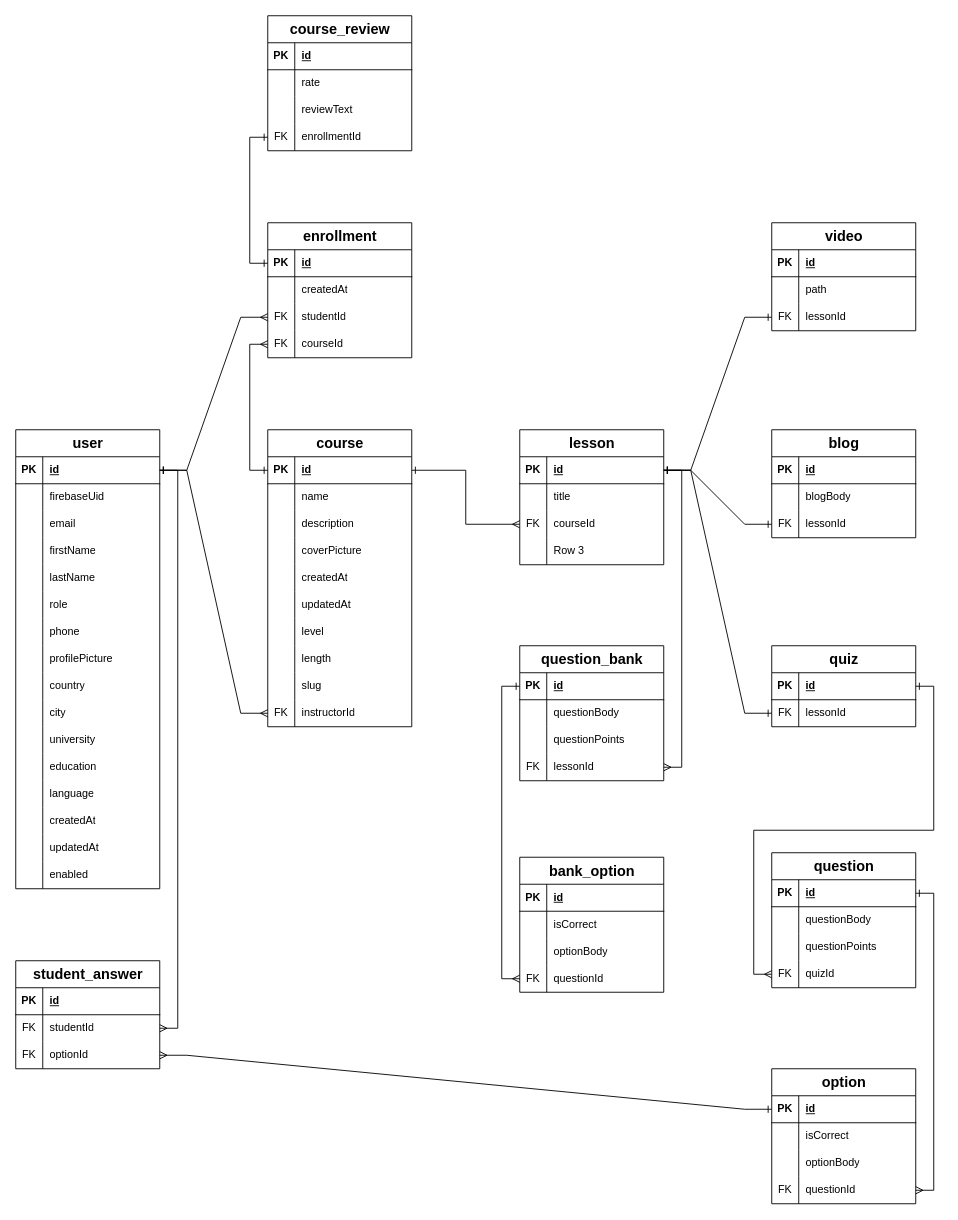
Before: Dorraq.drawio in YAMANX8/UML, a draw.io diagram. Source tidied: cells renumbered, new cells numbered last; positions are measured from the earlier drawing's top-left corner, leaving out a move shared by most shapes. Both pictures are drawn from the tidied source at 90%, with x=0, y=0 at pixel (15, 15).
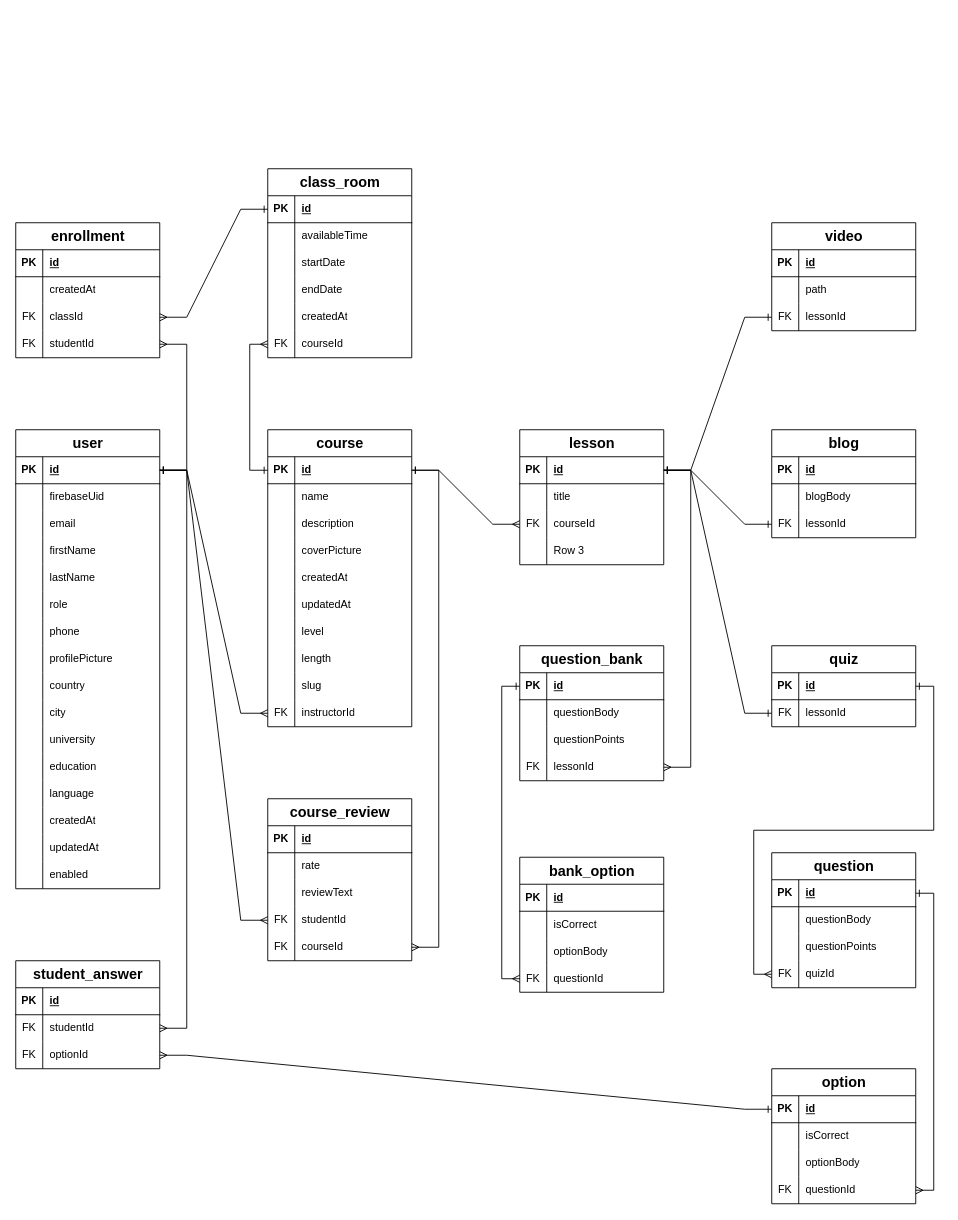
The same diagram, later.

Unchanged cells that the change refers to:
```xml
<mxCell id="3" style="shape=tableRow;horizontal=0;startSize=0;swimlaneHead=0;swimlaneBody=0;fillColor=none;points=[[0,0.5],[1,0.5]];portConstraint=eastwest;top=0;left=0;right=0;bottom=1;" parent="2" vertex="1">
  <mxGeometry y="30" width="160" height="30" as="geometry" />
</mxCell>
<mxCell id="52" style="shape=tableRow;horizontal=0;startSize=0;swimlaneHead=0;swimlaneBody=0;fillColor=none;points=[[0,0.5],[1,0.5]];portConstraint=eastwest;top=0;left=0;right=0;bottom=1;" parent="51" vertex="1">
  <mxGeometry y="30" width="160" height="30" as="geometry" />
</mxCell>
<mxCell id="65" style="shape=tableRow;horizontal=0;startSize=0;swimlaneHead=0;swimlaneBody=0;fillColor=none;points=[[0,0.5],[1,0.5]];portConstraint=eastwest;top=0;left=0;right=0;bottom=1;" parent="64" vertex="1">
  <mxGeometry y="30" width="160" height="30" as="geometry" />
</mxCell>
<mxCell id="96" style="shape=tableRow;horizontal=0;startSize=0;swimlaneHead=0;swimlaneBody=0;fillColor=none;points=[[0,0.5],[1,0.5]];portConstraint=eastwest;top=0;left=0;right=0;bottom=1;" parent="95" vertex="1">
  <mxGeometry y="30" width="160" height="30" as="geometry" />
</mxCell>
<mxCell id="102" style="shape=tableRow;horizontal=0;startSize=0;swimlaneHead=0;swimlaneBody=0;fillColor=none;points=[[0,0.5],[1,0.5]];portConstraint=eastwest;top=0;left=0;right=0;bottom=0;" parent="95" vertex="1">
  <mxGeometry y="90" width="160" height="30" as="geometry" />
</mxCell>
<mxCell id="171" style="shape=tableRow;horizontal=0;startSize=0;swimlaneHead=0;swimlaneBody=0;fillColor=none;points=[[0,0.5],[1,0.5]];portConstraint=eastwest;top=0;left=0;right=0;bottom=0;" parent="161" vertex="1">
  <mxGeometry y="120" width="160" height="30" as="geometry" />
</mxCell>
<mxCell id="178" style="shape=tableRow;horizontal=0;startSize=0;swimlaneHead=0;swimlaneBody=0;fillColor=none;points=[[0,0.5],[1,0.5]];portConstraint=eastwest;top=0;left=0;right=0;bottom=0;" parent="174" vertex="1">
  <mxGeometry y="60" width="160" height="30" as="geometry" />
</mxCell>
<mxCell id="194" style="shape=tableRow;horizontal=0;startSize=0;swimlaneHead=0;swimlaneBody=0;fillColor=none;points=[[0,0.5],[1,0.5]];portConstraint=eastwest;top=0;left=0;right=0;bottom=0;" parent="184" vertex="1">
  <mxGeometry y="120" width="160" height="30" as="geometry" />
</mxCell>
```

Diff of the diagram source:
```diff
@@
     <mxCell id="51" value="&lt;font style=&quot;font-size: 16px;&quot;&gt;enrollment&lt;/font&gt;" style="shape=table;startSize=30;childLayout=tableLayout;rowLines=0;fontStyle=1;align=center;html=1;strokeWidth=1;" parent="1" vertex="1">
-      <mxGeometry x="280" y="230" width="160" height="150" as="geometry" />
+      <mxGeometry y="230" width="160" height="150" as="geometry" />
     </mxCell>
@@
+    <mxCell id="61" style="shape=tableRow;horizontal=0;startSize=0;swimlaneHead=0;swimlaneBody=0;fillColor=none;points=[[0,0.5],[1,0.5]];portConstraint=eastwest;top=0;left=0;right=0;bottom=0;" parent="51" vertex="1">
+      <mxGeometry y="90" width="160" height="30" as="geometry" />
+    </mxCell>
+    <mxCell id="62" value="FK" style="shape=partialRectangle;fillColor=none;top=0;left=0;bottom=0;right=0;overflow=hidden;whiteSpace=wrap;html=1;" parent="61" vertex="1">
+      <mxGeometry width="30" height="30" as="geometry" />
+    </mxCell>
+    <mxCell id="63" value="classId" style="shape=partialRectangle;fillColor=none;top=0;left=0;bottom=0;right=0;align=left;spacingLeft=6;overflow=hidden;whiteSpace=wrap;html=1;" parent="61" vertex="1">
+      <mxGeometry x="30" width="130" height="30" as="geometry" />
+    </mxCell>
     <mxCell id="58" style="shape=tableRow;horizontal=0;startSize=0;swimlaneHead=0;swimlaneBody=0;fillColor=none;points=[[0,0.5],[1,0.5]];portConstraint=eastwest;top=0;left=0;right=0;bottom=0;" parent="51" vertex="1">
-      <mxGeometry y="90" width="160" height="30" as="geometry" />
+      <mxGeometry y="120" width="160" height="30" as="geometry" />
     </mxCell>
@@
-    <mxCell id="61" style="shape=tableRow;horizontal=0;startSize=0;swimlaneHead=0;swimlaneBody=0;fillColor=none;points=[[0,0.5],[1,0.5]];portConstraint=eastwest;top=0;left=0;right=0;bottom=0;" parent="51" vertex="1">
-      <mxGeometry y="120" width="160" height="30" as="geometry" />
-    </mxCell>
-    <mxCell id="62" value="FK" style="shape=partialRectangle;fillColor=none;top=0;left=0;bottom=0;right=0;overflow=hidden;whiteSpace=wrap;html=1;" parent="61" vertex="1">
-      <mxGeometry width="30" height="30" as="geometry" />
-    </mxCell>
-    <mxCell id="63" value="courseId" style="shape=partialRectangle;fillColor=none;top=0;left=0;bottom=0;right=0;align=left;spacingLeft=6;overflow=hidden;whiteSpace=wrap;html=1;" parent="61" vertex="1">
-      <mxGeometry x="30" width="130" height="30" as="geometry" />
-    </mxCell>
@@
     <mxCell id="184" value="&lt;font style=&quot;font-size: 16px;&quot;&gt;course_review&lt;/font&gt;" style="shape=table;startSize=30;childLayout=tableLayout;rowLines=0;fontStyle=1;align=center;html=1;strokeWidth=1;" parent="1" vertex="1">
-      <mxGeometry x="280" width="160" height="150" as="geometry" />
+      <mxGeometry x="280" y="870" width="160" height="180" as="geometry" />
     </mxCell>
@@
-    <mxCell id="196" value="enrollmentId" style="shape=partialRectangle;fillColor=none;top=0;left=0;bottom=0;right=0;align=left;spacingLeft=6;overflow=hidden;whiteSpace=wrap;html=1;" parent="194" vertex="1">
+    <mxCell id="196" value="studentId" style="shape=partialRectangle;fillColor=none;top=0;left=0;bottom=0;right=0;align=left;spacingLeft=6;overflow=hidden;whiteSpace=wrap;html=1;" parent="194" vertex="1">
       <mxGeometry x="30" width="130" height="30" as="geometry" />
     </mxCell>
+    <mxCell id="224" style="shape=tableRow;horizontal=0;startSize=0;swimlaneHead=0;swimlaneBody=0;fillColor=none;points=[[0,0.5],[1,0.5]];portConstraint=eastwest;top=0;left=0;right=0;bottom=0;" parent="184" vertex="1">
+      <mxGeometry y="150" width="160" height="30" as="geometry" />
+    </mxCell>
+    <mxCell id="225" value="FK" style="shape=partialRectangle;fillColor=none;top=0;left=0;bottom=0;right=0;overflow=hidden;whiteSpace=wrap;html=1;" parent="224" vertex="1">
+      <mxGeometry width="30" height="30" as="geometry" />
+    </mxCell>
+    <mxCell id="226" value="courseId" style="shape=partialRectangle;fillColor=none;top=0;left=0;bottom=0;right=0;align=left;spacingLeft=6;overflow=hidden;whiteSpace=wrap;html=1;" parent="224" vertex="1">
+      <mxGeometry x="30" width="130" height="30" as="geometry" />
+    </mxCell>
@@
-    <mxCell id="198" style="edgeStyle=orthogonalEdgeStyle;shape=connector;rounded=0;jettySize=auto;html=1;exitX=0;exitY=0.5;exitDx=0;exitDy=0;entryX=0;entryY=0.5;entryDx=0;entryDy=0;labelBackgroundColor=default;strokeColor=default;align=center;verticalAlign=middle;fontFamily=Helvetica;fontSize=11;fontColor=default;startArrow=ERone;startFill=0;endArrow=ERone;endFill=0;" parent="1" edge="1" source="52" target="194">
-      <mxGeometry relative="1" as="geometry" />
-    </mxCell>
-    <mxCell id="199" style="edgeStyle=orthogonalEdgeStyle;shape=connector;rounded=0;jettySize=auto;html=1;exitX=0;exitY=0.5;exitDx=0;exitDy=0;entryX=0;entryY=0.5;entryDx=0;entryDy=0;labelBackgroundColor=default;strokeColor=default;align=center;verticalAlign=middle;fontFamily=Helvetica;fontSize=11;fontColor=default;startArrow=ERone;startFill=0;endArrow=ERmany;endFill=0;" parent="1" edge="1" source="65" target="61">
-      <mxGeometry relative="1" as="geometry" />
-    </mxCell>
-    <mxCell id="200" style="edgeStyle=entityRelationEdgeStyle;shape=connector;rounded=0;jettySize=auto;html=1;exitX=1;exitY=0.5;exitDx=0;exitDy=0;entryX=0;entryY=0.5;entryDx=0;entryDy=0;labelBackgroundColor=default;strokeColor=default;align=center;verticalAlign=middle;fontFamily=Helvetica;fontSize=11;fontColor=default;startArrow=ERone;startFill=0;endArrow=ERmany;endFill=0;" parent="1" edge="1" source="3" target="58">
+    <mxCell id="200" style="edgeStyle=entityRelationEdgeStyle;shape=connector;rounded=0;jettySize=auto;html=1;exitX=1;exitY=0.5;exitDx=0;exitDy=0;entryX=1;entryY=0.5;entryDx=0;entryDy=0;labelBackgroundColor=default;strokeColor=default;align=center;verticalAlign=middle;fontFamily=Helvetica;fontSize=11;fontColor=default;startArrow=ERone;startFill=0;endArrow=ERmany;endFill=0;" parent="1" edge="1" source="3" target="58">
       <mxGeometry relative="1" as="geometry" />
     </mxCell>
-    <mxCell id="201" style="edgeStyle=orthogonalEdgeStyle;shape=connector;rounded=0;jettySize=auto;html=1;exitX=1;exitY=0.5;exitDx=0;exitDy=0;entryX=0;entryY=0.5;entryDx=0;entryDy=0;labelBackgroundColor=default;strokeColor=default;align=center;verticalAlign=middle;fontFamily=Helvetica;fontSize=11;fontColor=default;startArrow=ERone;startFill=0;endArrow=ERmany;endFill=0;" parent="1" edge="1" source="65" target="102">
+    <mxCell id="201" style="edgeStyle=entityRelationEdgeStyle;shape=connector;rounded=0;jettySize=auto;html=1;exitX=1;exitY=0.5;exitDx=0;exitDy=0;entryX=0;entryY=0.5;entryDx=0;entryDy=0;labelBackgroundColor=default;strokeColor=default;align=center;verticalAlign=middle;fontFamily=Helvetica;fontSize=11;fontColor=default;startArrow=ERone;startFill=0;endArrow=ERmany;endFill=0;" parent="1" edge="1" source="65" target="102">
       <mxGeometry relative="1" as="geometry" />
     </mxCell>
@@
-    <mxCell id="206" style="edgeStyle=orthogonalEdgeStyle;shape=connector;rounded=0;jettySize=auto;html=1;exitX=1;exitY=0.5;exitDx=0;exitDy=0;entryX=1;entryY=0.5;entryDx=0;entryDy=0;labelBackgroundColor=default;strokeColor=default;align=center;verticalAlign=middle;fontFamily=Helvetica;fontSize=11;fontColor=default;startArrow=ERone;startFill=0;endArrow=ERmany;endFill=0;" parent="1" edge="1" source="3" target="178">
+    <mxCell id="206" style="edgeStyle=entityRelationEdgeStyle;shape=connector;rounded=0;jettySize=auto;html=1;exitX=1;exitY=0.5;exitDx=0;exitDy=0;entryX=1;entryY=0.5;entryDx=0;entryDy=0;labelBackgroundColor=default;strokeColor=default;align=center;verticalAlign=middle;fontFamily=Helvetica;fontSize=11;fontColor=default;startArrow=ERone;startFill=0;endArrow=ERmany;endFill=0;" parent="1" edge="1" source="3" target="178">
       <mxGeometry relative="1" as="geometry" />
     </mxCell>
-    <mxCell id="207" style="edgeStyle=orthogonalEdgeStyle;shape=connector;rounded=0;jettySize=auto;html=1;exitX=1;exitY=0.5;exitDx=0;exitDy=0;entryX=1;entryY=0.5;entryDx=0;entryDy=0;labelBackgroundColor=default;strokeColor=default;align=center;verticalAlign=middle;fontFamily=Helvetica;fontSize=11;fontColor=default;startArrow=ERone;startFill=0;endArrow=ERmany;endFill=0;" parent="1" edge="1" source="96" target="171">
+    <mxCell id="207" style="edgeStyle=entityRelationEdgeStyle;shape=connector;rounded=0;jettySize=auto;html=1;exitX=1;exitY=0.5;exitDx=0;exitDy=0;entryX=1;entryY=0.5;entryDx=0;entryDy=0;labelBackgroundColor=default;strokeColor=default;align=center;verticalAlign=middle;fontFamily=Helvetica;fontSize=11;fontColor=default;startArrow=ERone;startFill=0;endArrow=ERmany;endFill=0;" parent="1" edge="1" source="96" target="171">
       <mxGeometry relative="1" as="geometry" />
     </mxCell>
@@
+    <mxCell id="227" value="&lt;font style=&quot;font-size: 16px;&quot;&gt;class_room&lt;/font&gt;" style="shape=table;startSize=30;childLayout=tableLayout;rowLines=0;fontStyle=1;align=center;html=1;strokeWidth=1;" parent="1" vertex="1">
+      <mxGeometry x="280" y="170" width="160" height="210" as="geometry" />
+    </mxCell>
+    <mxCell id="228" style="shape=tableRow;horizontal=0;startSize=0;swimlaneHead=0;swimlaneBody=0;fillColor=none;points=[[0,0.5],[1,0.5]];portConstraint=eastwest;top=0;left=0;right=0;bottom=1;" parent="227" vertex="1">
+      <mxGeometry y="30" width="160" height="30" as="geometry" />
+    </mxCell>
+    <mxCell id="229" value="PK" style="shape=partialRectangle;fillColor=none;top=0;left=0;bottom=0;right=0;fontStyle=1;overflow=hidden;whiteSpace=wrap;html=1;" parent="228" vertex="1">
+      <mxGeometry width="30" height="30" as="geometry" />
+    </mxCell>
+    <mxCell id="230" value="id" style="shape=partialRectangle;fillColor=none;top=0;left=0;bottom=0;right=0;align=left;spacingLeft=6;fontStyle=5;overflow=hidden;whiteSpace=wrap;html=1;" parent="228" vertex="1">
+      <mxGeometry x="30" width="130" height="30" as="geometry" />
+    </mxCell>
+    <mxCell id="231" style="shape=tableRow;horizontal=0;startSize=0;swimlaneHead=0;swimlaneBody=0;fillColor=none;top=0;left=0;right=0;bottom=0;" parent="227" vertex="1">
+      <mxGeometry y="60" width="160" height="30" as="geometry" />
+    </mxCell>
+    <mxCell id="232" style="shape=partialRectangle;fillColor=none;top=0;left=0;bottom=0;right=0;overflow=hidden;whiteSpace=wrap;html=1;" parent="231" vertex="1">
+      <mxGeometry width="30" height="30" as="geometry" />
+    </mxCell>
+    <mxCell id="233" value="availableTime" style="shape=partialRectangle;fillColor=none;top=0;left=0;bottom=0;right=0;align=left;spacingLeft=6;overflow=hidden;whiteSpace=wrap;html=1;" parent="231" vertex="1">
+      <mxGeometry x="30" width="130" height="30" as="geometry" />
+    </mxCell>
+    <mxCell id="234" style="shape=tableRow;horizontal=0;startSize=0;swimlaneHead=0;swimlaneBody=0;fillColor=none;top=0;left=0;right=0;bottom=0;" parent="227" vertex="1">
+      <mxGeometry y="90" width="160" height="30" as="geometry" />
+    </mxCell>
+    <mxCell id="235" style="shape=partialRectangle;fillColor=none;top=0;left=0;bottom=0;right=0;overflow=hidden;whiteSpace=wrap;html=1;" parent="234" vertex="1">
+      <mxGeometry width="30" height="30" as="geometry" />
+    </mxCell>
+    <mxCell id="236" value="startDate" style="shape=partialRectangle;fillColor=none;top=0;left=0;bottom=0;right=0;align=left;spacingLeft=6;overflow=hidden;whiteSpace=wrap;html=1;" parent="234" vertex="1">
+      <mxGeometry x="30" width="130" height="30" as="geometry" />
+    </mxCell>
+    <mxCell id="237" style="shape=tableRow;horizontal=0;startSize=0;swimlaneHead=0;swimlaneBody=0;fillColor=none;top=0;left=0;right=0;bottom=0;" parent="227" vertex="1">
+      <mxGeometry y="120" width="160" height="30" as="geometry" />
+    </mxCell>
+    <mxCell id="238" style="shape=partialRectangle;fillColor=none;top=0;left=0;bottom=0;right=0;overflow=hidden;whiteSpace=wrap;html=1;" parent="237" vertex="1">
+      <mxGeometry width="30" height="30" as="geometry" />
+    </mxCell>
+    <mxCell id="239" value="endDate" style="shape=partialRectangle;fillColor=none;top=0;left=0;bottom=0;right=0;align=left;spacingLeft=6;overflow=hidden;whiteSpace=wrap;html=1;" parent="237" vertex="1">
+      <mxGeometry x="30" width="130" height="30" as="geometry" />
+    </mxCell>
+    <mxCell id="240" style="shape=tableRow;horizontal=0;startSize=0;swimlaneHead=0;swimlaneBody=0;fillColor=none;top=0;left=0;right=0;bottom=0;" parent="227" vertex="1">
+      <mxGeometry y="150" width="160" height="30" as="geometry" />
+    </mxCell>
+    <mxCell id="241" style="shape=partialRectangle;fillColor=none;top=0;left=0;bottom=0;right=0;overflow=hidden;whiteSpace=wrap;html=1;" parent="240" vertex="1">
+      <mxGeometry width="30" height="30" as="geometry" />
+    </mxCell>
+    <mxCell id="242" value="createdAt" style="shape=partialRectangle;fillColor=none;top=0;left=0;bottom=0;right=0;align=left;spacingLeft=6;overflow=hidden;whiteSpace=wrap;html=1;" parent="240" vertex="1">
+      <mxGeometry x="30" width="130" height="30" as="geometry" />
+    </mxCell>
+    <mxCell id="243" style="shape=tableRow;horizontal=0;startSize=0;swimlaneHead=0;swimlaneBody=0;fillColor=none;points=[[0,0.5],[1,0.5]];portConstraint=eastwest;top=0;left=0;right=0;bottom=0;" parent="227" vertex="1">
+      <mxGeometry y="180" width="160" height="30" as="geometry" />
+    </mxCell>
+    <mxCell id="244" value="FK" style="shape=partialRectangle;fillColor=none;top=0;left=0;bottom=0;right=0;overflow=hidden;whiteSpace=wrap;html=1;" parent="243" vertex="1">
+      <mxGeometry width="30" height="30" as="geometry" />
+    </mxCell>
+    <mxCell id="245" value="courseId" style="shape=partialRectangle;fillColor=none;top=0;left=0;bottom=0;right=0;align=left;spacingLeft=6;overflow=hidden;whiteSpace=wrap;html=1;" parent="243" vertex="1">
+      <mxGeometry x="30" width="130" height="30" as="geometry" />
+    </mxCell>
+    <mxCell id="246" style="edgeStyle=entityRelationEdgeStyle;rounded=0;jettySize=auto;html=1;exitX=0;exitY=0.5;exitDx=0;exitDy=0;entryX=1;entryY=0.5;entryDx=0;entryDy=0;endArrow=ERmany;endFill=0;startArrow=ERone;startFill=0;" parent="1" edge="1" source="228" target="61">
+      <mxGeometry relative="1" as="geometry" />
+    </mxCell>
+    <mxCell id="247" style="edgeStyle=orthogonalEdgeStyle;shape=connector;rounded=0;jettySize=auto;html=1;exitX=0;exitY=0.5;exitDx=0;exitDy=0;entryX=0;entryY=0.5;entryDx=0;entryDy=0;labelBackgroundColor=default;strokeColor=default;align=center;verticalAlign=middle;fontFamily=Helvetica;fontSize=11;fontColor=default;startArrow=ERone;startFill=0;endArrow=ERmany;endFill=0;" parent="1" edge="1" source="65" target="243">
+      <mxGeometry relative="1" as="geometry" />
+    </mxCell>
+    <mxCell id="248" style="edgeStyle=entityRelationEdgeStyle;shape=connector;rounded=0;jettySize=auto;html=1;exitX=1;exitY=0.5;exitDx=0;exitDy=0;entryX=0;entryY=0.5;entryDx=0;entryDy=0;labelBackgroundColor=default;strokeColor=default;align=center;verticalAlign=middle;fontFamily=Helvetica;fontSize=11;fontColor=default;startArrow=ERone;startFill=0;endArrow=ERmany;endFill=0;" parent="1" edge="1" source="3" target="194">
+      <mxGeometry relative="1" as="geometry" />
+    </mxCell>
+    <mxCell id="249" style="edgeStyle=entityRelationEdgeStyle;shape=connector;rounded=0;jettySize=auto;html=1;exitX=1;exitY=0.5;exitDx=0;exitDy=0;entryX=1;entryY=0.5;entryDx=0;entryDy=0;labelBackgroundColor=default;strokeColor=default;align=center;verticalAlign=middle;fontFamily=Helvetica;fontSize=11;fontColor=default;startArrow=ERone;startFill=0;endArrow=ERmany;endFill=0;" parent="1" edge="1" source="65" target="224">
+      <mxGeometry relative="1" as="geometry" />
+    </mxCell>
```
